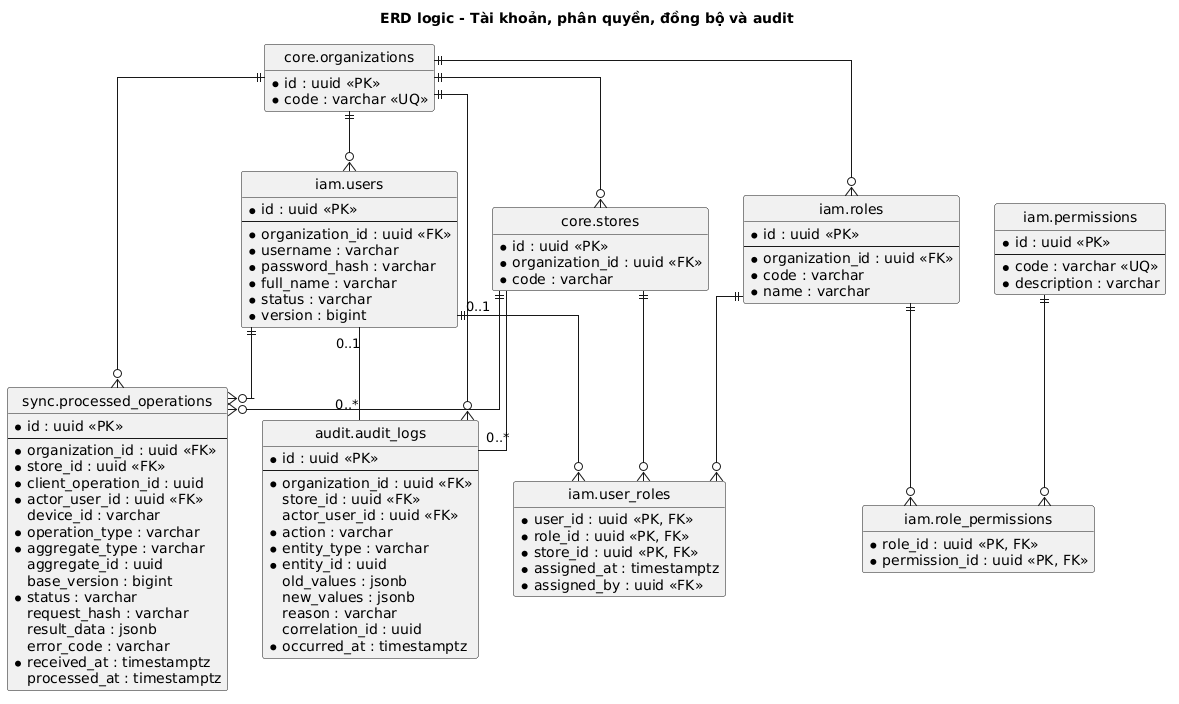
Before: docs/database/diagrams/erd-security-sync.png, a diagram exported from PlantUML (zomboXx/bach-hoa-sim-tim). The source it was exported from:
```plantuml
@startuml
title ERD logic - Tài khoản, phân quyền, đồng bộ và audit

hide circle
hide methods
skinparam linetype ortho
skinparam shadowing false
skinparam entity {
  BackgroundColor #EAF5FC
  BorderColor #35566F
}

entity "core.organizations" as organizations {
  * id : uuid <<PK>>
  * code : varchar <<UQ>>
}

entity "core.stores" as stores {
  * id : uuid <<PK>>
  * organization_id : uuid <<FK>>
  * code : varchar
}

entity "iam.users" as users {
  * id : uuid <<PK>>
  --
  * organization_id : uuid <<FK>>
  * username : varchar
  * password_hash : varchar
  * full_name : varchar
  * status : varchar
  * version : bigint
}

entity "iam.roles" as roles {
  * id : uuid <<PK>>
  --
  * organization_id : uuid <<FK>>
  * code : varchar
  * name : varchar
}

entity "iam.permissions" as permissions {
  * id : uuid <<PK>>
  --
  * code : varchar <<UQ>>
  * description : varchar
}

entity "iam.user_roles" as user_roles {
  * user_id : uuid <<PK, FK>>
  * role_id : uuid <<PK, FK>>
  * store_id : uuid <<PK, FK>>
  * assigned_at : timestamptz
  * assigned_by : uuid <<FK>>
}

entity "iam.role_permissions" as role_permissions {
  * role_id : uuid <<PK, FK>>
  * permission_id : uuid <<PK, FK>>
}

entity "sync.processed_operations" as processed_operations {
  * id : uuid <<PK>>
  --
  * organization_id : uuid <<FK>>
  * store_id : uuid <<FK>>
  * client_operation_id : uuid
  * actor_user_id : uuid <<FK>>
  device_id : varchar
  * operation_type : varchar
  * aggregate_type : varchar
  aggregate_id : uuid
  base_version : bigint
  * status : varchar
  request_hash : varchar
  result_data : jsonb
  error_code : varchar
  * received_at : timestamptz
  processed_at : timestamptz
}

entity "audit.audit_logs" as auditLog {
  * id : uuid <<PK>>
  --
  * organization_id : uuid <<FK>>
  store_id : uuid <<FK>>
  actor_user_id : uuid <<FK>>
  * action : varchar
  * entity_type : varchar
  * entity_id : uuid
  old_values : jsonb
  new_values : jsonb
  reason : varchar
  correlation_id : uuid
  * occurred_at : timestamptz
}

organizations ||--o{ stores
organizations ||--o{ users
organizations ||--o{ roles
users ||--o{ user_roles
roles ||--o{ user_roles
stores ||--o{ user_roles
roles ||--o{ role_permissions
permissions ||--o{ role_permissions
organizations ||--o{ processed_operations
stores ||--o{ processed_operations
users ||--o{ processed_operations
organizations ||--o{ auditLog
stores "0..1" -- "0..*" auditLog
users "0..1" -- "0..*" auditLog

@enduml
```
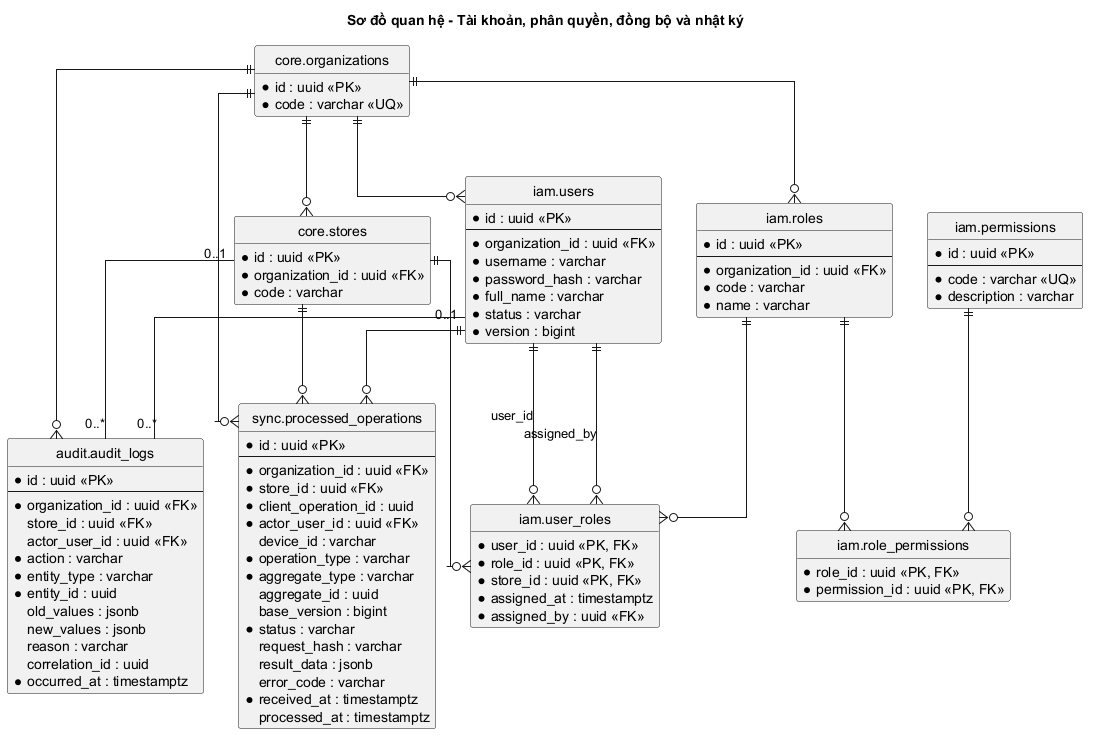
The same diagram one commit later.

What changed in the source:
```diff
@@ -1,5 +1,5 @@
 @startuml
-title ERD logic - Tài khoản, phân quyền, đồng bộ và audit
+title Sơ đồ quan hệ - Tài khoản, phân quyền, đồng bộ và nhật ký
 
 hide circle
 hide methods
@@ -99,7 +99,8 @@
 organizations ||--o{ stores
 organizations ||--o{ users
 organizations ||--o{ roles
-users ||--o{ user_roles
+users ||--o{ user_roles : user_id
+users ||--o{ user_roles : assigned_by
 roles ||--o{ user_roles
 stores ||--o{ user_roles
 roles ||--o{ role_permissions
```
